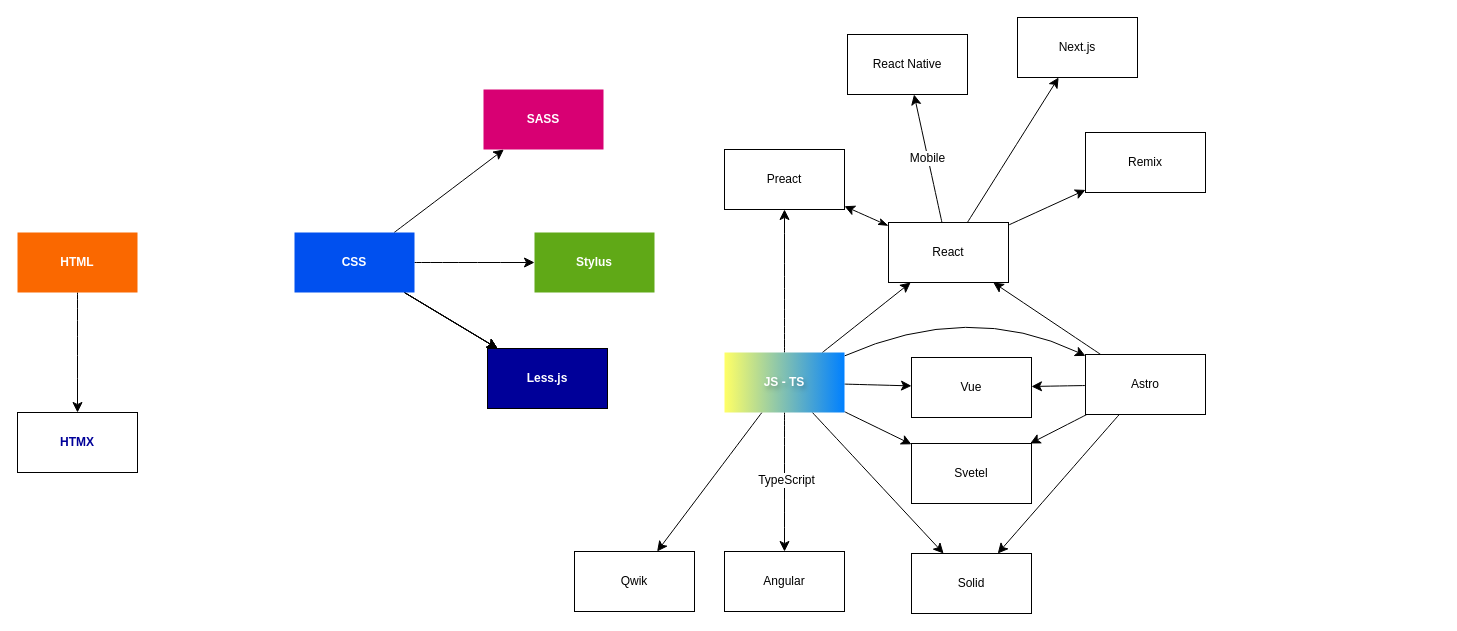
Before: page "Frontend" (3 of 4) of Technologies.drawio in sunflynf/diagram-only, a draw.io diagram. Source tidied: cells renumbered, new cells numbered last; positions are measured from the earlier drawing's top-left corner, leaving out a move shared by most shapes. Both pictures are drawn from the tidied source at 100%, with x=0, y=0 at pixel (17, 17).
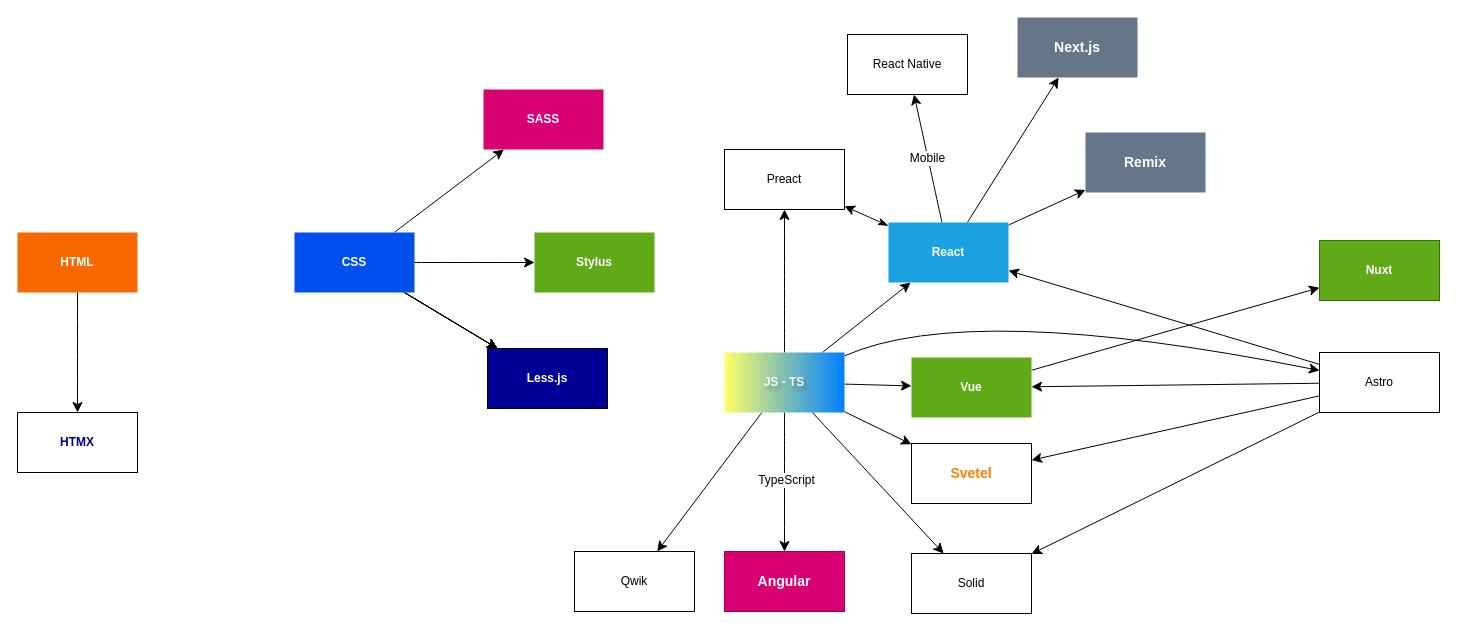
Above is the later version.

The edit, as a diff of the source:
```diff
@@
-    <mxCell id="30" value="React" style="whiteSpace=wrap;html=1;" parent="1" vertex="1">
+    <mxCell id="30" value="React" style="whiteSpace=wrap;html=1;fillColor=#1ba1e2;fontColor=#ffffff;strokeColor=none;fontStyle=1;" parent="1" vertex="1">
       <mxGeometry x="871" y="205" width="120" height="60" as="geometry" />
     </mxCell>
+    <mxCell id="45" style="edgeStyle=none;curved=1;rounded=0;jettySize=auto;html=1;fontSize=12;startSize=8;endSize=8;" parent="1" edge="1" source="31" target="46">
+      <mxGeometry relative="1" as="geometry" />
+    </mxCell>
-    <mxCell id="31" value="Vue" style="whiteSpace=wrap;html=1;" parent="1" vertex="1">
+    <mxCell id="31" value="Vue" style="whiteSpace=wrap;html=1;fillColor=#60a917;fontColor=#ffffff;strokeColor=none;fontStyle=1;" parent="1" vertex="1">
       <mxGeometry x="894" y="340" width="120" height="60" as="geometry" />
     </mxCell>
-    <mxCell id="32" value="Svetel" style="whiteSpace=wrap;html=1;" parent="1" vertex="1">
+    <mxCell id="32" value="Svetel" style="whiteSpace=wrap;html=1;fontSize=14;fontStyle=1;fontColor=#FF8000;" parent="1" vertex="1">
       <mxGeometry x="894" y="426" width="120" height="60" as="geometry" />
     </mxCell>
@@
-    <mxCell id="36" value="Next.js" style="whiteSpace=wrap;html=1;" parent="1" vertex="1">
+    <mxCell id="36" value="Next.js" style="whiteSpace=wrap;html=1;fillColor=#647687;fontColor=#ffffff;strokeColor=none;fontStyle=1;fontSize=14;" parent="1" vertex="1">
       <mxGeometry x="1000" width="120" height="60" as="geometry" />
     </mxCell>
-    <mxCell id="37" value="Remix" style="whiteSpace=wrap;html=1;" parent="1" vertex="1">
+    <mxCell id="37" value="Remix" style="whiteSpace=wrap;html=1;fillColor=#647687;fontColor=#ffffff;strokeColor=none;fontStyle=1;fontSize=14;" parent="1" vertex="1">
       <mxGeometry x="1068" y="115" width="120" height="60" as="geometry" />
     </mxCell>
@@
     <mxCell id="42" value="Astro" style="whiteSpace=wrap;html=1;" parent="1" vertex="1">
-      <mxGeometry x="1068" y="337" width="120" height="60" as="geometry" />
+      <mxGeometry x="1302" y="335" width="120" height="60" as="geometry" />
     </mxCell>
@@
-    <mxCell id="44" value="Angular" style="whiteSpace=wrap;html=1;" parent="1" vertex="1">
+    <mxCell id="44" value="Angular" style="whiteSpace=wrap;html=1;fillColor=#d80073;fontColor=#ffffff;strokeColor=#A50040;fontStyle=1;fontSize=14;" parent="1" vertex="1">
       <mxGeometry x="707" y="534" width="120" height="60" as="geometry" />
     </mxCell>
+    <mxCell id="46" value="Nuxt" style="whiteSpace=wrap;html=1;fillColor=#60a917;fontColor=#ffffff;strokeColor=#2D7600;fontStyle=1;" parent="1" vertex="1">
+      <mxGeometry x="1302" y="223" width="120" height="60" as="geometry" />
+    </mxCell>
```
